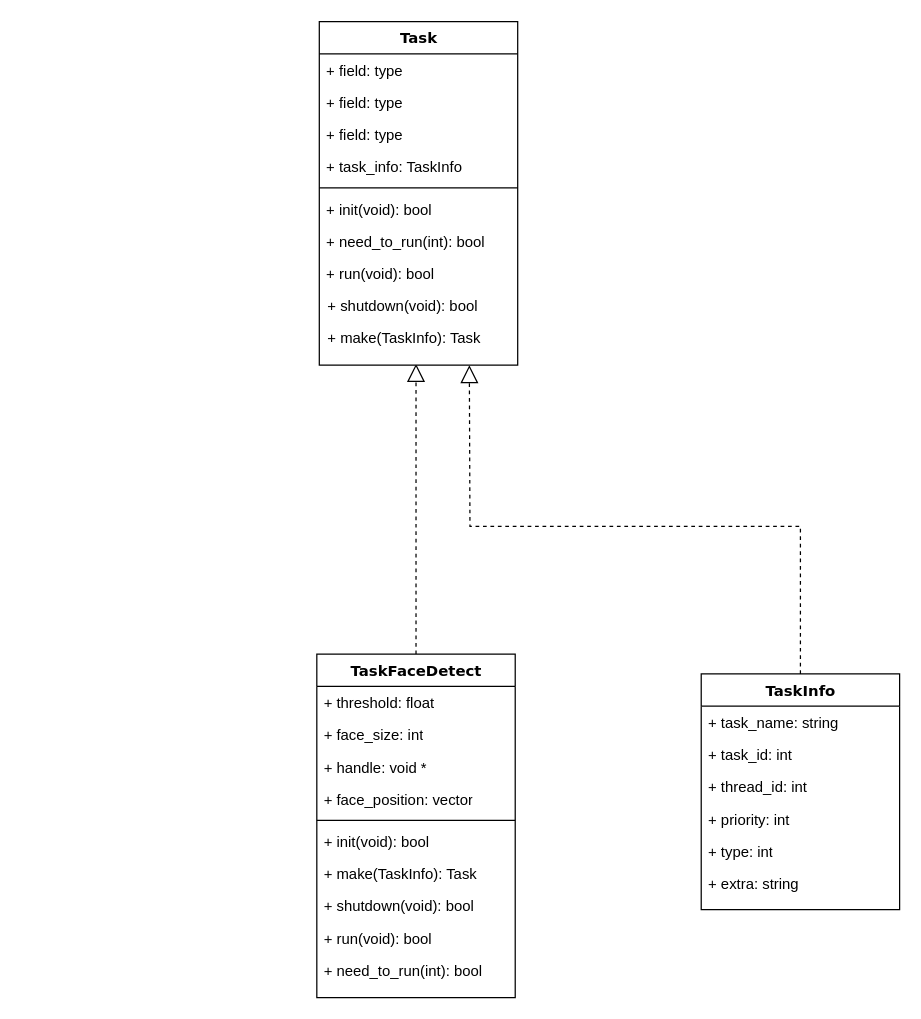
Flhawker/Flow keeps this draw.io diagram as page "人脸检测" (1 of 4) of 疲劳驾驶预警系统类图.drawio. Above is the earlier version. Source tidied: cells renumbered, new cells numbered last; positions are measured from the earlier drawing's top-left corner, leaving out a move shared by most shapes. Both pictures are drawn from the tidied source at 124%, with x=0, y=0 at pixel (316, 21).
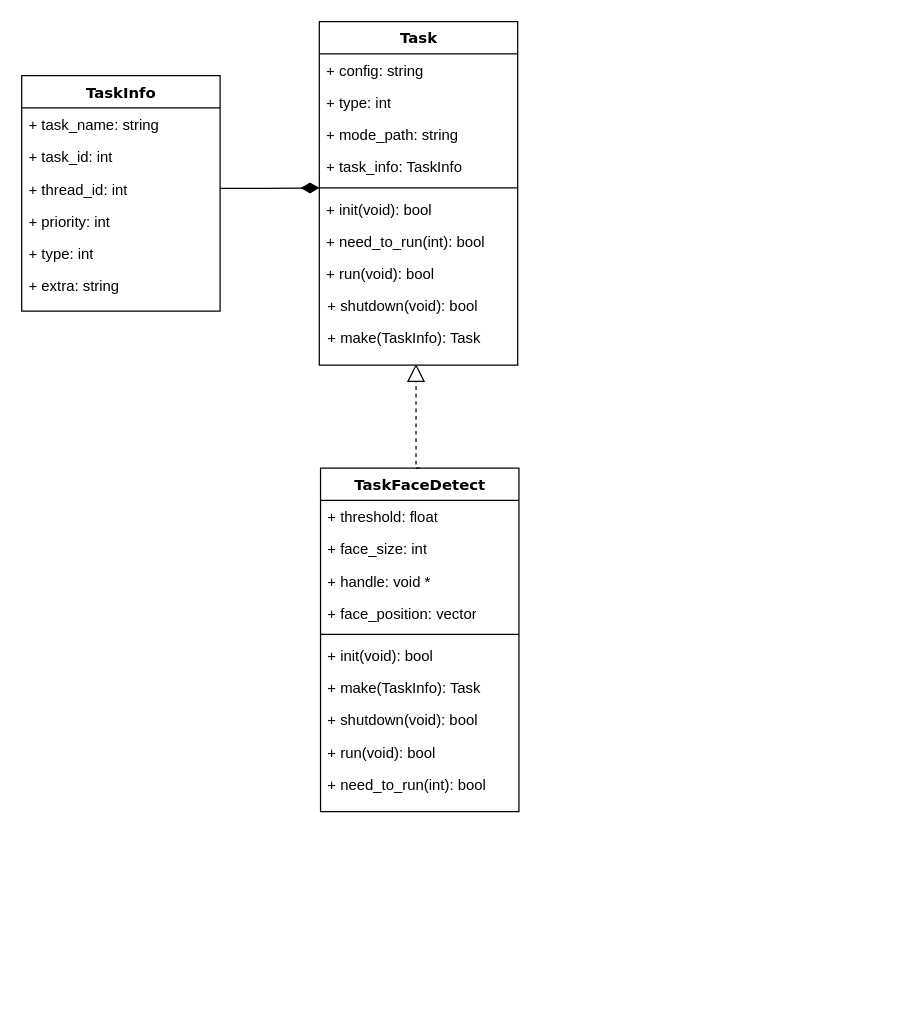
The same page after the edit.

Commit message:
Update 疲劳驾驶预警系统类图.drawio

The change refers to these unchanged cells:
```xml
<mxCell id="18" value="+ thread_id: int" style="text;html=1;strokeColor=none;fillColor=none;align=left;verticalAlign=top;spacingLeft=4;spacingRight=4;whiteSpace=wrap;overflow=hidden;points=[[0,0.5],[1,0.5]];portConstraint=eastwest;" parent="15" vertex="1">
  <mxGeometry y="78" width="160" height="26" as="geometry" />
</mxCell>
<mxCell id="22" value="Task" style="swimlane;html=1;fontStyle=1;align=center;verticalAlign=top;horizontal=1;startSize=26;swimlaneFillColor=#ffffff;rounded=0;shadow=0;comic=0;labelBackgroundColor=none;strokeWidth=1;fillColor=none;fontFamily=Verdana;fontSize=12;" parent="1" vertex="1">
  <mxGeometry x="2" width="160" height="277" as="geometry" />
</mxCell>
<mxCell id="27" style="line;html=1;strokeWidth=1;fillColor=none;align=left;verticalAlign=middle;spacingTop=-1;spacingLeft=3;spacingRight=3;labelPosition=right;points=[];portConstraint=eastwest;" parent="22" vertex="1">
  <mxGeometry y="130" width="160" height="8" as="geometry" />
</mxCell>
```

The edit, as a diff of the source:
```diff
@@
     <mxCell id="3" value="TaskFaceDetect" style="swimlane;html=1;fontStyle=1;align=center;verticalAlign=top;horizontal=1;startSize=26;swimlaneFillColor=#ffffff;rounded=0;shadow=0;comic=0;labelBackgroundColor=none;strokeWidth=1;fillColor=none;fontFamily=Verdana;fontSize=12;" parent="1" vertex="1">
-      <mxGeometry y="510" width="160" height="277" as="geometry" />
+      <mxGeometry x="3" y="360" width="160" height="277" as="geometry" />
     </mxCell>
@@
-    <mxCell id="14" style="edgeStyle=orthogonalEdgeStyle;rounded=0;jettySize=auto;html=1;exitX=0.5;exitY=0;exitDx=0;exitDy=0;startArrow=none;startFill=0;startSize=6;endArrow=block;endFill=0;endSize=12;entryX=0.75;entryY=1;entryDx=0;entryDy=0;dashed=1;" parent="1" edge="1" source="15">
-      <mxGeometry relative="1" as="geometry">
-        <mxPoint x="123" y="277" as="targetPoint" />
-      </mxGeometry>
+    <mxCell id="14" style="edgeStyle=orthogonalEdgeStyle;rounded=0;jettySize=auto;html=1;exitX=1;exitY=0.5;exitDx=0;exitDy=0;startArrow=none;startFill=0;startSize=6;endArrow=diamondThin;endFill=1;endSize=12;" parent="1" edge="1" source="18" target="27">
+      <mxGeometry relative="1" as="geometry" />
     </mxCell>
     <mxCell id="15" value="TaskInfo" style="swimlane;html=1;fontStyle=1;align=center;verticalAlign=top;horizontal=1;startSize=26;swimlaneFillColor=#ffffff;rounded=0;shadow=0;comic=0;labelBackgroundColor=none;strokeWidth=1;fillColor=none;fontFamily=Verdana;fontSize=12;" parent="1" vertex="1">
-      <mxGeometry x="310" y="526" width="160" height="190" as="geometry" />
+      <mxGeometry x="-238" y="43.5" width="160" height="190" as="geometry" />
     </mxCell>
@@
-    <mxCell id="23" value="+ field: type" style="text;html=1;strokeColor=none;fillColor=none;align=left;verticalAlign=top;spacingLeft=4;spacingRight=4;whiteSpace=wrap;overflow=hidden;" parent="22" vertex="1">
+    <mxCell id="23" value="+ config: string" style="text;html=1;strokeColor=none;fillColor=none;align=left;verticalAlign=top;spacingLeft=4;spacingRight=4;whiteSpace=wrap;overflow=hidden;" parent="22" vertex="1">
       <mxGeometry y="26" width="160" height="26" as="geometry" />
     </mxCell>
-    <mxCell id="24" value="+ field: type" style="text;html=1;strokeColor=none;fillColor=none;align=left;verticalAlign=top;spacingLeft=4;spacingRight=4;whiteSpace=wrap;overflow=hidden;" parent="22" vertex="1">
+    <mxCell id="24" value="+ type: int" style="text;html=1;strokeColor=none;fillColor=none;align=left;verticalAlign=top;spacingLeft=4;spacingRight=4;whiteSpace=wrap;overflow=hidden;" parent="22" vertex="1">
       <mxGeometry y="52" width="160" height="26" as="geometry" />
     </mxCell>
-    <mxCell id="25" value="+ field: type" style="text;html=1;strokeColor=none;fillColor=none;align=left;verticalAlign=top;spacingLeft=4;spacingRight=4;whiteSpace=wrap;overflow=hidden;" parent="22" vertex="1">
+    <mxCell id="25" value="+ mode_path: string" style="text;html=1;strokeColor=none;fillColor=none;align=left;verticalAlign=top;spacingLeft=4;spacingRight=4;whiteSpace=wrap;overflow=hidden;" parent="22" vertex="1">
       <mxGeometry y="78" width="160" height="26" as="geometry" />
     </mxCell>
```
